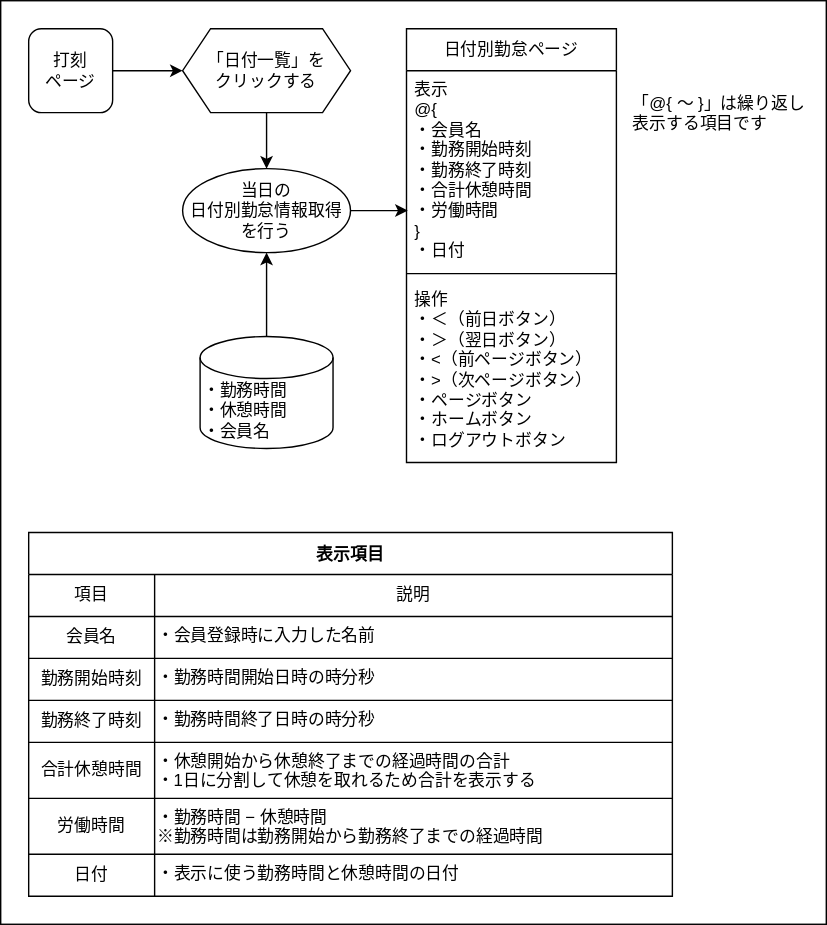
ryamao/atte keeps this draw.io diagram as doc/画面遷移図/日付別勤怠ページ/日付別勤怠ページ.drawio.svg. Above is the earlier version. Source tidied: cells renumbered, new cells last; positions are measured from the earlier drawing's top-left corner, leaving out a move shared by most shapes. Its diagram source:
```xml
<mxGraphModel>
  <root>
    <mxCell id="0" />
    <mxCell id="1" parent="0" />
    <mxCell id="2" style="rounded=0;whiteSpace=wrap;html=1;" parent="1" vertex="1">
      <mxGeometry width="590" height="660" as="geometry" />
    </mxCell>
    <mxCell id="3" style="edgeStyle=none;html=1;exitX=1;exitY=0.5;exitDx=0;exitDy=0;entryX=0;entryY=0.5;entryDx=0;entryDy=0;" parent="1" edge="1" source="4" target="6">
      <mxGeometry relative="1" as="geometry" />
    </mxCell>
    <mxCell id="4" value="打刻&lt;br&gt;ページ" style="rounded=1;whiteSpace=wrap;html=1;" parent="1" vertex="1">
      <mxGeometry x="20" y="20" width="60" height="60" as="geometry" />
    </mxCell>
    <mxCell id="5" style="edgeStyle=none;html=1;exitX=0.5;exitY=1;exitDx=0;exitDy=0;entryX=0.5;entryY=0;entryDx=0;entryDy=0;" parent="1" edge="1" source="6" target="8">
      <mxGeometry relative="1" as="geometry" />
    </mxCell>
    <mxCell id="6" value="「日付一覧」を&lt;br&gt;クリックする" style="shape=hexagon;perimeter=hexagonPerimeter2;whiteSpace=wrap;html=1;fixedSize=1;strokeWidth=1;" parent="1" vertex="1">
      <mxGeometry x="130" y="20" width="120" height="60" as="geometry" />
    </mxCell>
    <mxCell id="7" style="edgeStyle=none;html=1;exitX=1;exitY=0.5;exitDx=0;exitDy=0;entryX=0.006;entryY=0.714;entryDx=0;entryDy=0;entryPerimeter=0;" parent="1" edge="1" source="8" target="10">
      <mxGeometry relative="1" as="geometry" />
    </mxCell>
    <mxCell id="8" value="当日の&lt;br&gt;日付別勤怠情報取得&lt;br&gt;を行う" style="ellipse;whiteSpace=wrap;html=1;strokeWidth=1;" parent="1" vertex="1">
      <mxGeometry x="130" y="120" width="120" height="60" as="geometry" />
    </mxCell>
    <mxCell id="9" value="日付別勤怠ページ" style="swimlane;fontStyle=0;horizontal=1;startSize=30;whiteSpace=wrap;html=1;" parent="1" vertex="1">
      <mxGeometry x="290" y="20" width="150" height="310" as="geometry" />
    </mxCell>
    <mxCell id="10" value="表示&lt;br&gt;@{&lt;br&gt;　・会員名&lt;br&gt;　・勤務開始時刻&lt;br&gt;　・勤務終了時刻&lt;br&gt;　・合計休憩時間&lt;br&gt;　・労働時間&lt;br&gt;}&lt;br&gt;・日付" style="text;strokeColor=none;fillColor=none;align=left;verticalAlign=top;spacingLeft=4;spacingRight=4;overflow=hidden;points=[[0,0.5],[1,0.5]];portConstraint=eastwest;whiteSpace=wrap;html=1;" parent="9" vertex="1">
      <mxGeometry y="30" width="150" height="140" as="geometry" />
    </mxCell>
    <mxCell id="11" style="line;strokeWidth=1;html=1;" parent="9" vertex="1">
      <mxGeometry y="170" width="150" height="10" as="geometry" />
    </mxCell>
    <mxCell id="12" value="操作&lt;br&gt;・＜（前日ボタン）&lt;br&gt;・＞（翌日ボタン）&lt;br&gt;・&amp;lt;（前ページボタン）&lt;br&gt;・&amp;gt;（次ページボタン）&lt;br&gt;・ページボタン&lt;br&gt;・ホームボタン&lt;br&gt;・ログアウトボタン" style="text;strokeColor=none;fillColor=none;align=left;verticalAlign=top;spacingLeft=4;spacingRight=4;overflow=hidden;whiteSpace=wrap;html=1;strokeWidth=1;" parent="9" vertex="1">
      <mxGeometry y="180" width="150" height="130" as="geometry" />
    </mxCell>
    <mxCell id="13" value="表示項目" style="shape=table;startSize=30;fontStyle=1;align=center;" parent="1" vertex="1">
      <mxGeometry x="20" y="380" width="460" height="260" as="geometry" />
    </mxCell>
    <mxCell id="14" style="shape=tableRow;horizontal=0;startSize=0;swimlaneHead=0;swimlaneBody=0;top=0;left=0;bottom=0;right=0;fillColor=none;" parent="13" vertex="1">
      <mxGeometry y="30" width="460" height="30" as="geometry" />
    </mxCell>
    <mxCell id="15" value="項目" style="shape=partialRectangle;html=1;whiteSpace=wrap;fillColor=none;top=0;left=0;bottom=0;right=0;overflow=hidden;" parent="14" vertex="1">
      <mxGeometry width="90" height="30" as="geometry" />
    </mxCell>
    <mxCell id="16" value="説明" style="shape=partialRectangle;html=1;whiteSpace=wrap;fillColor=none;top=0;left=0;bottom=0;right=0;overflow=hidden;" parent="14" vertex="1">
      <mxGeometry x="90" width="370" height="30" as="geometry" />
    </mxCell>
    <mxCell id="17" style="shape=tableRow;horizontal=0;startSize=0;swimlaneHead=0;swimlaneBody=0;top=0;left=0;bottom=0;right=0;fillColor=none;" parent="13" vertex="1">
      <mxGeometry y="60" width="460" height="30" as="geometry" />
    </mxCell>
    <mxCell id="18" value="会員名" style="shape=partialRectangle;html=1;whiteSpace=wrap;fillColor=none;top=0;left=0;bottom=0;right=0;overflow=hidden;" parent="17" vertex="1">
      <mxGeometry width="90" height="30" as="geometry" />
    </mxCell>
    <mxCell id="19" value="・会員登録時に入力した名前" style="shape=partialRectangle;html=1;whiteSpace=wrap;fillColor=none;top=0;left=0;bottom=0;right=0;overflow=hidden;verticalAlign=top;align=left;" parent="17" vertex="1">
      <mxGeometry x="90" width="370" height="30" as="geometry" />
    </mxCell>
    <mxCell id="20" style="shape=tableRow;horizontal=0;startSize=0;swimlaneHead=0;swimlaneBody=0;top=0;left=0;bottom=0;right=0;fillColor=none;" parent="13" vertex="1">
      <mxGeometry y="90" width="460" height="30" as="geometry" />
    </mxCell>
    <mxCell id="21" value="勤務開始時刻" style="shape=partialRectangle;html=1;whiteSpace=wrap;fillColor=none;top=0;left=0;bottom=0;right=0;overflow=hidden;" parent="20" vertex="1">
      <mxGeometry width="90" height="30" as="geometry" />
    </mxCell>
    <mxCell id="22" value="・勤務時間開始日時の時分秒" style="shape=partialRectangle;html=1;whiteSpace=wrap;fillColor=none;top=0;left=0;bottom=0;right=0;overflow=hidden;verticalAlign=top;align=left;" parent="20" vertex="1">
      <mxGeometry x="90" width="370" height="30" as="geometry" />
    </mxCell>
    <mxCell id="23" style="shape=tableRow;horizontal=0;startSize=0;swimlaneHead=0;swimlaneBody=0;top=0;left=0;bottom=0;right=0;fillColor=none;" parent="13" vertex="1">
      <mxGeometry y="120" width="460" height="30" as="geometry" />
    </mxCell>
    <mxCell id="24" value="勤務終了時刻" style="shape=partialRectangle;html=1;whiteSpace=wrap;fillColor=none;top=0;left=0;bottom=0;right=0;overflow=hidden;" parent="23" vertex="1">
      <mxGeometry width="90" height="30" as="geometry" />
    </mxCell>
    <mxCell id="25" value="・勤務時間終了日時の時分秒" style="shape=partialRectangle;html=1;whiteSpace=wrap;fillColor=none;top=0;left=0;bottom=0;right=0;overflow=hidden;verticalAlign=top;align=left;" parent="23" vertex="1">
      <mxGeometry x="90" width="370" height="30" as="geometry" />
    </mxCell>
    <mxCell id="26" style="shape=tableRow;horizontal=0;startSize=0;swimlaneHead=0;swimlaneBody=0;top=0;left=0;bottom=0;right=0;fillColor=none;" parent="13" vertex="1">
      <mxGeometry y="150" width="460" height="40" as="geometry" />
    </mxCell>
    <mxCell id="27" value="合計休憩時間" style="shape=partialRectangle;html=1;whiteSpace=wrap;fillColor=none;top=0;left=0;bottom=0;right=0;overflow=hidden;" parent="26" vertex="1">
      <mxGeometry width="90" height="40" as="geometry" />
    </mxCell>
    <mxCell id="28" value="・休憩開始から休憩終了までの経過時間の合計&lt;br&gt;・1日に分割して休憩を取れるため合計を表示する" style="shape=partialRectangle;html=1;whiteSpace=wrap;fillColor=none;top=0;left=0;bottom=0;right=0;overflow=hidden;verticalAlign=top;align=left;" parent="26" vertex="1">
      <mxGeometry x="90" width="370" height="40" as="geometry" />
    </mxCell>
    <mxCell id="29" style="shape=tableRow;horizontal=0;startSize=0;swimlaneHead=0;swimlaneBody=0;top=0;left=0;bottom=0;right=0;fillColor=none;" parent="13" vertex="1">
      <mxGeometry y="190" width="460" height="40" as="geometry" />
    </mxCell>
    <mxCell id="30" value="労働時間" style="shape=partialRectangle;html=1;whiteSpace=wrap;fillColor=none;top=0;left=0;bottom=0;right=0;overflow=hidden;" parent="29" vertex="1">
      <mxGeometry width="90" height="40" as="geometry" />
    </mxCell>
    <mxCell id="31" value="・勤務時間 − 休憩時間&lt;br&gt;※勤務時間は勤務開始から勤務終了までの経過時間" style="shape=partialRectangle;html=1;whiteSpace=wrap;fillColor=none;top=0;left=0;bottom=0;right=0;overflow=hidden;verticalAlign=top;align=left;" parent="29" vertex="1">
      <mxGeometry x="90" width="370" height="40" as="geometry" />
    </mxCell>
    <mxCell id="32" style="shape=tableRow;horizontal=0;startSize=0;swimlaneHead=0;swimlaneBody=0;top=0;left=0;bottom=0;right=0;fillColor=none;" parent="13" vertex="1">
      <mxGeometry y="230" width="460" height="30" as="geometry" />
    </mxCell>
    <mxCell id="33" value="日付" style="shape=partialRectangle;html=1;whiteSpace=wrap;fillColor=none;top=0;left=0;bottom=0;right=0;overflow=hidden;" parent="32" vertex="1">
      <mxGeometry width="90" height="30" as="geometry" />
    </mxCell>
    <mxCell id="34" value="・表示に使う勤務時間と休憩時間の日付" style="shape=partialRectangle;html=1;whiteSpace=wrap;fillColor=none;top=0;left=0;bottom=0;right=0;overflow=hidden;verticalAlign=top;align=left;" parent="32" vertex="1">
      <mxGeometry x="90" width="370" height="30" as="geometry" />
    </mxCell>
    <mxCell id="35" value="「@{ 〜 }」は繰り返し表示する項目です" style="text;html=1;strokeColor=none;fillColor=none;align=left;verticalAlign=top;whiteSpace=wrap;rounded=0;" parent="1" vertex="1">
      <mxGeometry x="450" y="60" width="130" height="40" as="geometry" />
    </mxCell>
    <mxCell id="36" style="edgeStyle=none;html=1;exitX=0.5;exitY=0;exitDx=0;exitDy=0;exitPerimeter=0;entryX=0.5;entryY=1;entryDx=0;entryDy=0;" parent="1" edge="1" source="37" target="8">
      <mxGeometry relative="1" as="geometry" />
    </mxCell>
    <mxCell id="37" value="・勤務時間&lt;br&gt;・休憩時間&lt;br&gt;・会員名" style="shape=cylinder3;html=1;boundedLbl=1;backgroundOutline=1;size=15;align=left;" parent="1" vertex="1">
      <mxGeometry x="142.5" y="240" width="95" height="80" as="geometry" />
    </mxCell>
  </root>
</mxGraphModel>
```
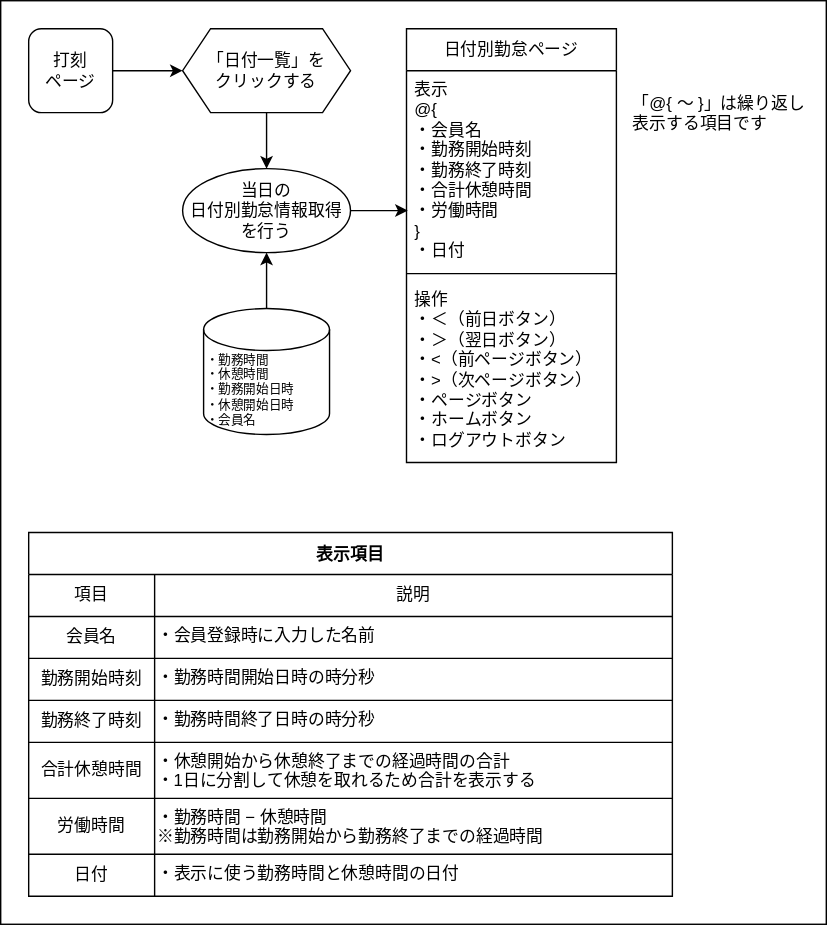
After the change.

What changed in the source:
```diff
@@ -107,8 +107,8 @@
     <mxCell id="36" style="edgeStyle=none;html=1;exitX=0.5;exitY=0;exitDx=0;exitDy=0;exitPerimeter=0;entryX=0.5;entryY=1;entryDx=0;entryDy=0;" parent="1" edge="1" source="37" target="8">
       <mxGeometry relative="1" as="geometry" />
     </mxCell>
-    <mxCell id="37" value="・勤務時間&lt;br&gt;・休憩時間&lt;br&gt;・会員名" style="shape=cylinder3;html=1;boundedLbl=1;backgroundOutline=1;size=15;align=left;" parent="1" vertex="1">
-      <mxGeometry x="142.5" y="240" width="95" height="80" as="geometry" />
+    <mxCell id="37" value="・勤務時間&lt;br style=&quot;font-size: 9px;&quot;&gt;・休憩時間&lt;br style=&quot;font-size: 9px;&quot;&gt;・勤務開始日時&lt;br style=&quot;font-size: 9px;&quot;&gt;・休憩開始日時&lt;br style=&quot;font-size: 9px;&quot;&gt;・会員名" style="shape=cylinder3;html=1;boundedLbl=1;backgroundOutline=1;size=15;align=left;fontSize=9;" parent="1" vertex="1">
+      <mxGeometry x="145" y="220" width="90" height="90" as="geometry" />
     </mxCell>
   </root>
 </mxGraphModel>
```
